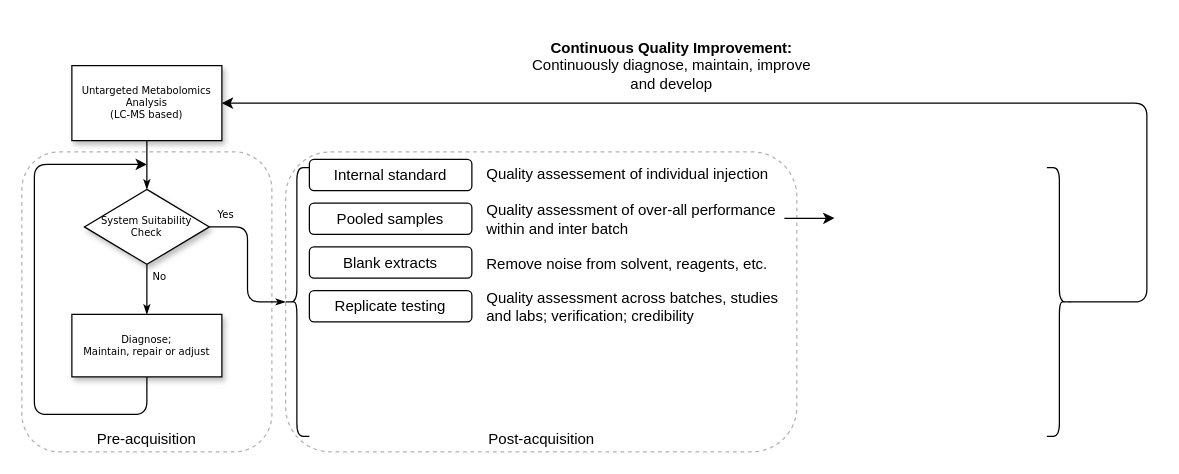
Above: figure/figure_flowchart_dataqc.drawio in tuhulab/bfi-wholegrain (draw.io), before the change. Source tidied: cells renumbered, new cells numbered last; positions are measured from the earlier drawing's top-left corner, leaving out a move shared by most shapes. Both pictures are drawn from the tidied source at 125%, with x=0, y=0 at pixel (21, 21).
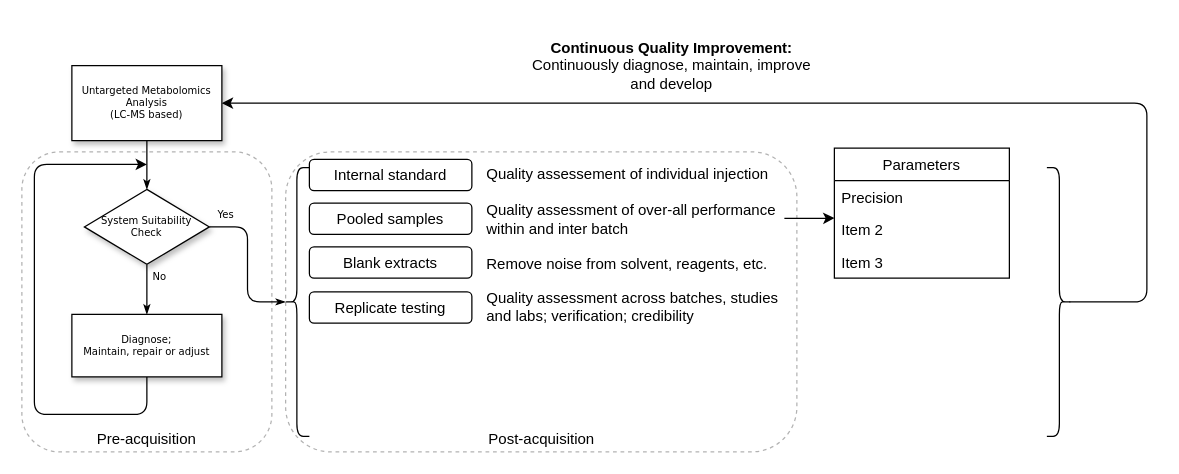
The same page after the edit.

Change to the diagram source:
```diff
@@
     <mxCell id="18" value="Replicate testing&lt;br&gt;" style="rounded=1;whiteSpace=wrap;html=1;" parent="1" vertex="1">
-      <mxGeometry x="230" y="215" width="130" height="25" as="geometry" />
+      <mxGeometry x="230" y="216" width="130" height="25" as="geometry" />
     </mxCell>
@@
+    <mxCell id="26" value="Parameters" style="swimlane;fontStyle=0;horizontal=1;startSize=26;fillColor=none;" parent="1" vertex="1">
+      <mxGeometry x="650" y="101" width="140" height="104" as="geometry" />
+    </mxCell>
+    <mxCell id="27" value="Precision" style="text;strokeColor=none;fillColor=none;align=left;verticalAlign=top;spacingLeft=4;spacingRight=4;overflow=hidden;" parent="26" vertex="1">
+      <mxGeometry y="26" width="140" height="26" as="geometry" />
+    </mxCell>
+    <mxCell id="28" value="Item 2" style="text;strokeColor=none;fillColor=none;align=left;verticalAlign=top;spacingLeft=4;spacingRight=4;overflow=hidden;" parent="26" vertex="1">
+      <mxGeometry y="52" width="140" height="26" as="geometry" />
+    </mxCell>
+    <mxCell id="29" value="Item 3" style="text;strokeColor=none;fillColor=none;align=left;verticalAlign=top;spacingLeft=4;spacingRight=4;overflow=hidden;" parent="26" vertex="1">
+      <mxGeometry y="78" width="140" height="26" as="geometry" />
+    </mxCell>
```
